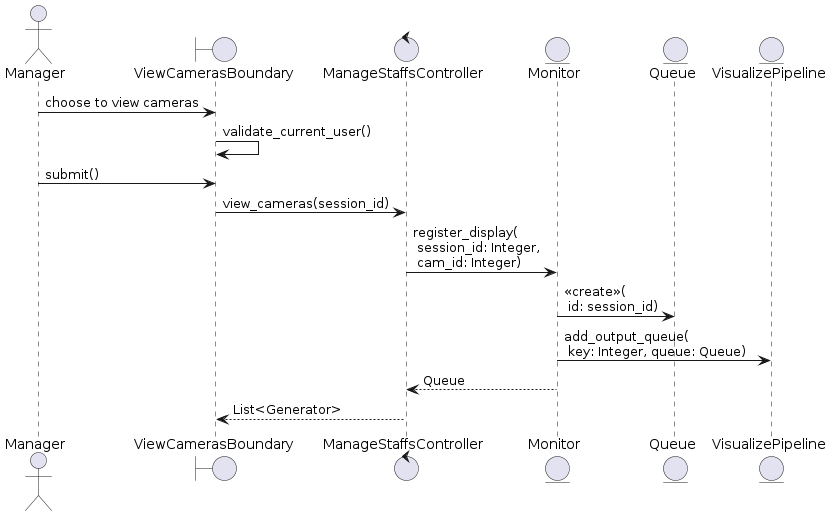
LapTQ/MCT keeps this PlantUML diagram as docs/UML/Sequence Diagrams/view-real_time-cameras.png. Above is the earlier version.
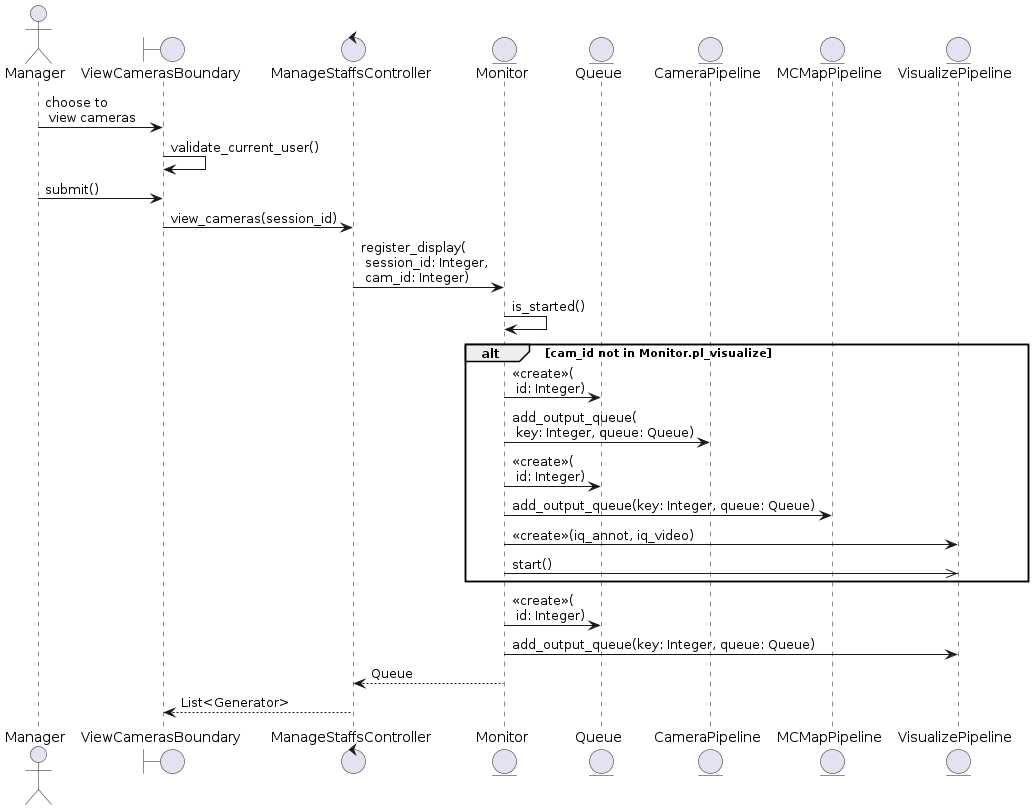
Above is the later version.

The edit, as a diff of the source:
```diff
@@ -5,16 +5,29 @@
 control ManageStaffsController as C
 entity Monitor
 entity Queue
-entity VisualizePipeline as PLVis
+entity CameraPipeline
+entity MCMapPipeline
+entity VisualizePipeline
 
-A -> B: choose to view cameras
+A -> B: choose to \n view cameras
 B -> B: validate_current_user()
 A -> B: submit()
 B -> C: view_cameras(session_id)
+
 C -> Monitor: register_display(\n session_id: Integer,\n cam_id: Integer)
-Monitor -> Queue: <<create>>(\n id: session_id)
-Monitor -> PLVis: add_output_queue(\n key: Integer, queue: Queue)
-Monitor --> C: Queue
-C --> B: List<Generator>
+Monitor -> Monitor: is_started()
+alt cam_id not in Monitor.pl_visualize
+    Monitor -> Queue: <<create>>(\n id: Integer)
+    Monitor -> CameraPipeline: add_output_queue(\n key: Integer, queue: Queue)
+    Monitor -> Queue: <<create>>(\n id: Integer)
+    Monitor -> MCMapPipeline: add_output_queue(key: Integer, queue: Queue)
+    Monitor -> VisualizePipeline: <<create>>(iq_annot, iq_video)
+    Monitor ->> VisualizePipeline: start()
+end
+Monitor -> Queue: <<create>>(\n id: Integer)
+Monitor -> VisualizePipeline: add_output_queue(key: Integer, queue: Queue)
+C <-- Monitor: Queue
+B <-- C: List<Generator>
+
 
 @enduml
```
